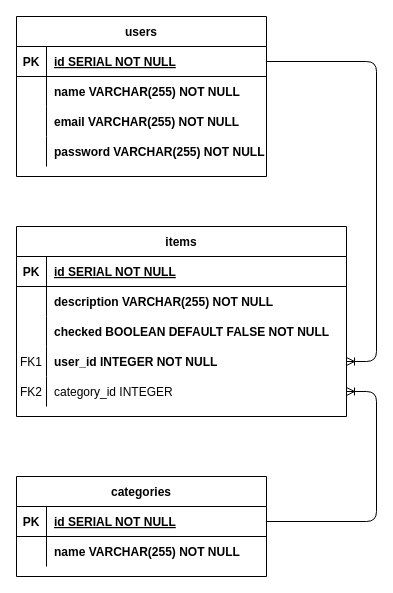
Above: docs/midterm-ERD.drawio in RussellAbraham/smartTodoApp (draw.io), before the change. Source tidied: cells renumbered, new cells numbered last; positions are measured from the earlier drawing's top-left corner, leaving out a move shared by most shapes. Both pictures are drawn from the tidied source at 100%, with x=0, y=0 at pixel (16, 16).
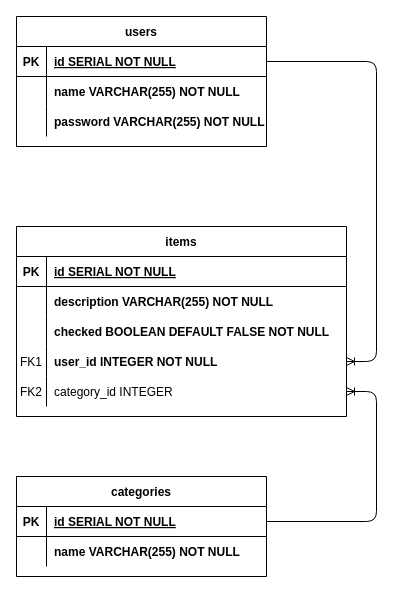
After the change.

Commit message (it also covers changes not shown here):
Create the schema and seeds for Users and Categories

What changed in the source:
```diff
@@
     <mxCell id="2" value="users" style="shape=table;startSize=30;childLayout=tableLayout;rowLines=0;fontStyle=1;align=center;" parent="1" vertex="1">
-      <mxGeometry width="250" height="160" as="geometry" />
+      <mxGeometry width="250" height="130" as="geometry" />
     </mxCell>
@@
-    <mxCell id="9" style="shape=partialRectangle;fillColor=none;top=0;left=0;right=0;bottom=0;" parent="2" vertex="1">
-      <mxGeometry y="90" width="250" height="30" as="geometry" />
-    </mxCell>
-    <mxCell id="10" style="shape=partialRectangle;overflow=hidden;fillColor=none;top=0;left=0;bottom=0;right=0;" parent="9" vertex="1">
-      <mxGeometry width="30" height="30" as="geometry" />
-    </mxCell>
-    <mxCell id="11" value="email VARCHAR(255) NOT NULL" style="shape=partialRectangle;overflow=hidden;fillColor=none;top=0;left=0;bottom=0;right=0;align=left;spacingLeft=6;fontStyle=1;" parent="9" vertex="1">
-      <mxGeometry x="30" width="220" height="30" as="geometry" />
-    </mxCell>
     <mxCell id="12" style="shape=partialRectangle;fillColor=none;top=0;left=0;right=0;bottom=0;" parent="2" vertex="1">
-      <mxGeometry y="120" width="250" height="30" as="geometry" />
+      <mxGeometry y="90" width="250" height="30" as="geometry" />
     </mxCell>
```
